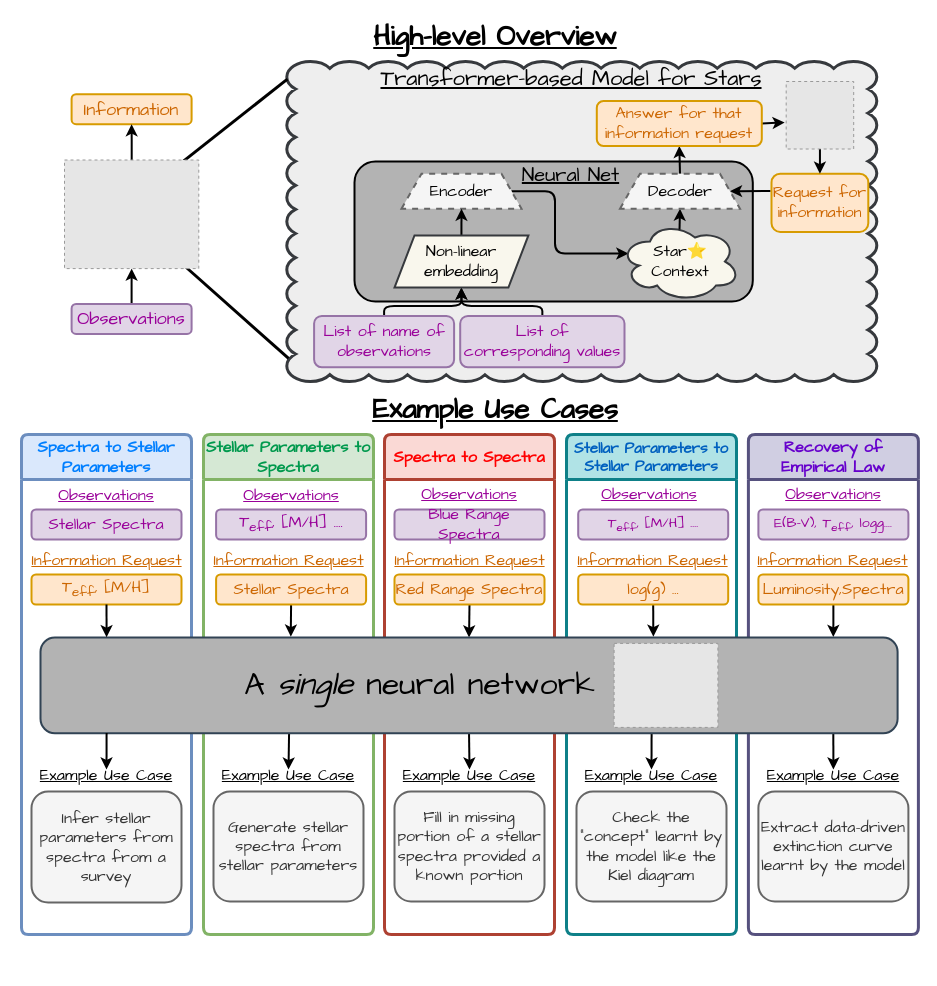
Earlier version of the draw.io diagram model_overview.drawio (Xsmos/cosmology_foundation). Source tidied: cells renumbered, new cells numbered last; positions are measured from the earlier drawing's top-left corner, leaving out a move shared by most shapes. Both pictures are drawn from the tidied source at 100%, with x=0, y=0 at pixel (21, 21). Pictures stored in the file or linked from it are replaced by grey dashed boxes.
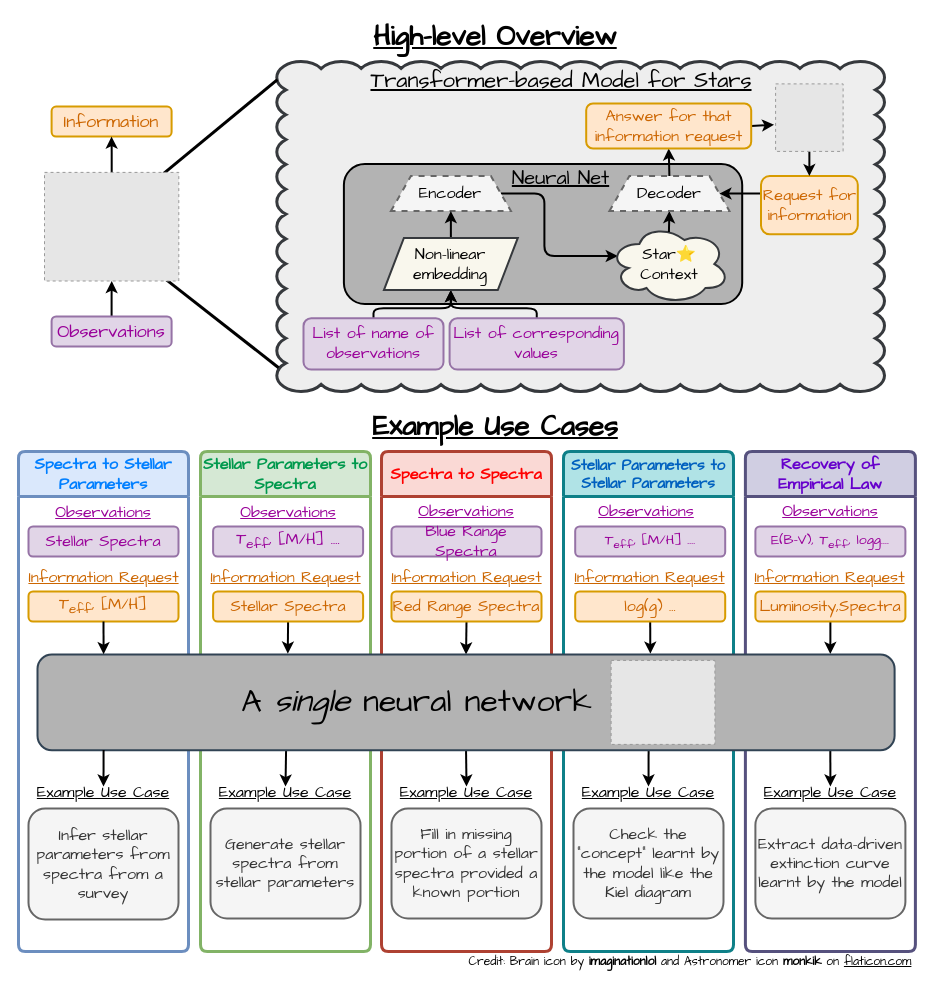
The same page after the edit.

The change refers to these unchanged cells:
```xml
<mxCell id="47" value="&lt;font style=&quot;font-size: 16px;&quot;&gt;&lt;font color=&quot;#cc6600&quot; style=&quot;border-color: var(--border-color); font-size: 16px;&quot;&gt;T&lt;sub style=&quot;border-color: var(--border-color);&quot;&gt;eff&lt;/sub&gt;&lt;/font&gt;&lt;font style=&quot;font-size: 16px;&quot; color=&quot;#cc6600&quot;&gt;, [M/H]&lt;/font&gt;&lt;/font&gt;" style="rounded=1;whiteSpace=wrap;html=1;fillColor=#ffe6cc;strokeColor=#d79b00;fontFamily=Comic Sans MS;strokeWidth=2;" parent="44" vertex="1">
  <mxGeometry x="10" y="140" width="150" height="30" as="geometry" />
</mxCell>
<mxCell id="50" value="&lt;u style=&quot;&quot;&gt;&lt;font style=&quot;font-size: 16px;&quot;&gt;Example Use Case&lt;/font&gt;&lt;/u&gt;" style="text;html=1;strokeColor=none;fillColor=none;align=center;verticalAlign=middle;whiteSpace=wrap;rounded=0;fontFamily=Comic Sans MS;" parent="44" vertex="1">
  <mxGeometry x="15" y="335" width="140" height="12" as="geometry" />
</mxCell>
```

Change to the diagram source:
```diff
@@
     <mxCell id="10" value="&lt;font color=&quot;#6600cc&quot; style=&quot;font-size: 16px;&quot;&gt;Recovery of Empirical Law&lt;/font&gt;" style="swimlane;whiteSpace=wrap;html=1;fillColor=#d0cee2;strokeColor=#56517e;strokeWidth=3;rounded=1;arcSize=5;fontFamily=Comic Sans MS;startSize=45;verticalAlign=middle;" parent="1" vertex="1">
-      <mxGeometry x="726.9" y="413" width="170" height="500" as="geometry" />
+      <mxGeometry x="723.9" y="430" width="170" height="500" as="geometry" />
     </mxCell>
@@
     <mxCell id="16" style="whiteSpace=wrap;html=1;shape=mxgraph.basic.cloud_rect;fillColor=#eeeeee;strokeColor=#36393d;strokeWidth=3;fontFamily=Comic Sans MS;" parent="1" vertex="1">
-      <mxGeometry x="265.3" y="40" width="590" height="320" as="geometry" />
+      <mxGeometry x="255.3" y="40" width="607.7" height="330" as="geometry" />
     </mxCell>
     <mxCell id="17" style="rounded=1;whiteSpace=wrap;html=1;strokeWidth=2;fillColor=#B3B3B3;" parent="1" vertex="1">
-      <mxGeometry x="333" y="140" width="398.3" height="140" as="geometry" />
+      <mxGeometry x="322.4" y="142.5" width="398.3" height="140" as="geometry" />
     </mxCell>
     <mxCell id="18" style="rounded=1;jettySize=auto;html=1;exitX=1;exitY=0.5;exitDx=0;exitDy=0;entryX=0.07;entryY=0.4;entryDx=0;entryDy=0;entryPerimeter=0;edgeStyle=elbowEdgeStyle;strokeWidth=2;fontFamily=Comic Sans MS;" parent="1" edge="1" source="19" target="22">
       <mxGeometry relative="1" as="geometry">
         <Array as="points">
-          <mxPoint x="533.5" y="194.7" />
+          <mxPoint x="522.9" y="197.1" />
         </Array>
       </mxGeometry>
     </mxCell>
     <mxCell id="19" value="&lt;font color=&quot;#000000&quot; style=&quot;font-size: 16px;&quot;&gt;Encoder&lt;/font&gt;" style="shape=trapezoid;perimeter=trapezoidPerimeter;whiteSpace=wrap;html=1;fixedSize=1;fontFamily=Comic Sans MS;strokeWidth=2;fillColor=#f5f5f5;strokeColor=#666666;dashed=1;fontColor=#333333;" parent="1" vertex="1">
-      <mxGeometry x="380" y="152.2" width="120" height="35" as="geometry" />
+      <mxGeometry x="369.4" y="154.6" width="120" height="35" as="geometry" />
     </mxCell>
     <mxCell id="20" style="rounded=1;jettySize=auto;html=1;exitX=0.5;exitY=0;exitDx=0;exitDy=0;entryX=0.5;entryY=1;entryDx=0;entryDy=0;strokeWidth=2;fontFamily=Comic Sans MS;strokeColor=default;edgeStyle=orthogonalEdgeStyle;" parent="1" edge="1" source="21" target="38">
       <mxGeometry relative="1" as="geometry">
         <Array as="points">
-          <mxPoint x="362.2" y="284.4" />
-          <mxPoint x="440.2" y="284.4" />
+          <mxPoint x="351.6" y="286.8" />
+          <mxPoint x="429.6" y="286.8" />
         </Array>
       </mxGeometry>
     </mxCell>
     <mxCell id="21" value="&lt;font style=&quot;font-size: 16px;&quot; color=&quot;#990099&quot;&gt;List of name of observations&lt;/font&gt;" style="rounded=1;whiteSpace=wrap;html=1;fillColor=#e1d5e7;strokeColor=#9673a6;fontFamily=Comic Sans MS;strokeWidth=2;" parent="1" vertex="1">
-      <mxGeometry x="292.6" y="294.4" width="140" height="51.3" as="geometry" />
+      <mxGeometry x="282" y="296.8" width="140" height="51.3" as="geometry" />
     </mxCell>
     <mxCell id="22" value="&lt;font style=&quot;font-size: 16px;&quot;&gt;&lt;font style=&quot;font-size: 16px;&quot; color=&quot;#000000&quot;&gt;Star⭐&lt;br&gt;Context&lt;/font&gt;&lt;br&gt;&lt;/font&gt;" style="ellipse;shape=cloud;whiteSpace=wrap;html=1;fontFamily=Comic Sans MS;strokeWidth=2;fillColor=#f9f7ed;strokeColor=#36393d;" parent="1" vertex="1">
-      <mxGeometry x="598.5" y="200" width="120" height="80" as="geometry" />
+      <mxGeometry x="587.9" y="202.5" width="120" height="80" as="geometry" />
     </mxCell>
@@
     <mxCell id="26" value="&lt;font color=&quot;#000000&quot; style=&quot;font-size: 16px;&quot;&gt;Decoder&lt;/font&gt;" style="shape=trapezoid;perimeter=trapezoidPerimeter;whiteSpace=wrap;html=1;fixedSize=1;fontFamily=Comic Sans MS;strokeWidth=2;dashed=1;fillColor=#f5f5f5;fontColor=#333333;strokeColor=#666666;" parent="1" vertex="1">
-      <mxGeometry x="598.5" y="152.2" width="120" height="35" as="geometry" />
+      <mxGeometry x="587.9" y="154.6" width="120" height="35" as="geometry" />
     </mxCell>
     <mxCell id="27" value="&lt;font color=&quot;#cc6600&quot; style=&quot;font-size: 16px;&quot;&gt;Request for information&lt;/font&gt;" style="rounded=1;whiteSpace=wrap;html=1;fillColor=#ffe6cc;strokeColor=#d79b00;fontFamily=Comic Sans MS;strokeWidth=2;" parent="1" vertex="1">
-      <mxGeometry x="750" y="152.2" width="96.8" height="58.2" as="geometry" />
+      <mxGeometry x="739.5" y="154.6" width="96.8" height="58.2" as="geometry" />
     </mxCell>
@@
     <mxCell id="29" value="&lt;font color=&quot;#cc6600&quot; style=&quot;font-size: 16px;&quot;&gt;Answer for that information request&lt;/font&gt;" style="rounded=1;whiteSpace=wrap;html=1;fillColor=#ffe6cc;strokeColor=#d79b00;fontFamily=Comic Sans MS;strokeWidth=2;" parent="1" vertex="1">
-      <mxGeometry x="575.3" y="79.5" width="165" height="45" as="geometry" />
+      <mxGeometry x="564.7" y="82" width="165" height="45" as="geometry" />
     </mxCell>
@@
     <mxCell id="31" value="&lt;font style=&quot;font-size: 18px;&quot; color=&quot;#990099&quot;&gt;Observations&lt;/font&gt;" style="rounded=1;whiteSpace=wrap;html=1;fillColor=#e1d5e7;strokeColor=#9673a6;fontFamily=Comic Sans MS;strokeWidth=2;" parent="1" vertex="1">
-      <mxGeometry x="50.1" y="282.4" width="120" height="30" as="geometry" />
+      <mxGeometry x="30.1" y="294.9" width="120" height="30" as="geometry" />
     </mxCell>
     <mxCell id="32" value="&lt;font color=&quot;#cc6600&quot; style=&quot;font-size: 18px;&quot;&gt;Information&lt;/font&gt;" style="rounded=1;whiteSpace=wrap;html=1;strokeColor=#d79b00;fillColor=#ffe6cc;fontFamily=Comic Sans MS;strokeWidth=2;" parent="1" vertex="1">
-      <mxGeometry x="50.1" y="72.7" width="120" height="30" as="geometry" />
+      <mxGeometry x="30.1" y="85.1" width="120" height="30" as="geometry" />
     </mxCell>
@@
     <mxCell id="35" style="rounded=1;jettySize=auto;html=1;exitX=0.5;exitY=0;exitDx=0;exitDy=0;entryX=0.5;entryY=1;entryDx=0;entryDy=0;strokeWidth=2;fontFamily=Comic Sans MS;edgeStyle=elbowEdgeStyle;elbow=vertical;" parent="1" edge="1" source="36" target="38">
       <mxGeometry relative="1" as="geometry">
         <Array as="points">
-          <mxPoint x="473.2" y="284.4" />
+          <mxPoint x="462.6" y="286.8" />
         </Array>
       </mxGeometry>
     </mxCell>
     <mxCell id="36" value="&lt;font style=&quot;font-size: 16px;&quot; color=&quot;#990099&quot;&gt;List of corresponding values&lt;/font&gt;" style="rounded=1;whiteSpace=wrap;html=1;fillColor=#e1d5e7;strokeColor=#9673a6;fontFamily=Comic Sans MS;strokeWidth=2;" parent="1" vertex="1">
-      <mxGeometry x="438.7" y="294.4" width="164.3" height="51.3" as="geometry" />
+      <mxGeometry x="428.1" y="296.8" width="174.3" height="51.3" as="geometry" />
     </mxCell>
@@
     <mxCell id="38" value="&lt;font style=&quot;font-size: 16px;&quot;&gt;Non-linear &lt;br&gt;embedding&lt;/font&gt;" style="shape=parallelogram;perimeter=parallelogramPerimeter;whiteSpace=wrap;html=1;fixedSize=1;fontFamily=Comic Sans MS;strokeWidth=2;fillColor=#f9f7ed;strokeColor=#36393d;" parent="1" vertex="1">
-      <mxGeometry x="373" y="213.9" width="133.9" height="52.2" as="geometry" />
+      <mxGeometry x="362.4" y="216.4" width="133.9" height="52.2" as="geometry" />
     </mxCell>
@@
     <mxCell id="40" style="fillColor=#E6E6E6;strokeColor=#999999;dashed=1;verticalLabelPosition=bottom;labelBackgroundColor=default;verticalAlign=top;fontFamily=Comic Sans MS;" parent="1" vertex="1">
-      <mxGeometry x="43" y="138.5" width="134.3" height="108.6" as="geometry" />
+      <mxGeometry x="23" y="150.9" width="134.3" height="108.6" as="geometry" />
     </mxCell>
     <mxCell id="41" value="&lt;font style=&quot;font-size: 22px;&quot;&gt;&lt;u&gt;Transformer-based Model for Stars&lt;/u&gt;&lt;/font&gt;" style="text;html=1;strokeColor=none;fillColor=none;align=center;verticalAlign=middle;whiteSpace=wrap;rounded=0;fontFamily=Comic Sans MS;fontSize=14;" parent="1" vertex="1">
-      <mxGeometry x="355.1" y="42.7" width="389.7" height="30" as="geometry" />
+      <mxGeometry x="345.1" y="44.7" width="389.7" height="30" as="geometry" />
     </mxCell>
@@
     <mxCell id="43" style="fillColor=#E6E6E6;strokeColor=#999999;dashed=1;verticalLabelPosition=bottom;labelBackgroundColor=default;verticalAlign=top;" parent="1" vertex="1">
-      <mxGeometry x="764.7" y="60" width="67.5" height="67.5" as="geometry" />
+      <mxGeometry x="754.1" y="62.4" width="67.5" height="67.5" as="geometry" />
     </mxCell>
     <mxCell id="44" value="&lt;font style=&quot;font-size: 16px;&quot; color=&quot;#007fff&quot;&gt;Spectra to Stellar Parameters&lt;/font&gt;" style="swimlane;whiteSpace=wrap;html=1;fillColor=#dae8fc;strokeColor=#6c8ebf;strokeWidth=3;rounded=1;arcSize=5;fontFamily=Comic Sans MS;startSize=45;verticalAlign=middle;" parent="1" vertex="1">
-      <mxGeometry y="413" width="170" height="500" as="geometry" />
+      <mxGeometry x="-3" y="430" width="170" height="500" as="geometry" />
     </mxCell>
@@
     <mxCell id="51" value="&lt;font color=&quot;#00994d&quot; style=&quot;font-size: 16px;&quot;&gt;Stellar Parameters to Spectra&lt;/font&gt;" style="swimlane;whiteSpace=wrap;html=1;fillColor=#d5e8d4;strokeColor=#82b366;strokeWidth=3;rounded=1;arcSize=5;fontFamily=Comic Sans MS;startSize=45;verticalAlign=middle;" parent="1" vertex="1">
-      <mxGeometry x="182" y="413" width="170" height="500" as="geometry" />
+      <mxGeometry x="179" y="430" width="170" height="500" as="geometry" />
     </mxCell>
@@
     <mxCell id="58" value="&lt;font size=&quot;1&quot; style=&quot;&quot; face=&quot;Comic Sans MS&quot;&gt;&lt;b style=&quot;font-size: 28px;&quot;&gt;&lt;u&gt;Example Use Cases&lt;/u&gt;&lt;/b&gt;&lt;/font&gt;" style="text;html=1;strokeColor=none;fillColor=none;align=center;verticalAlign=middle;whiteSpace=wrap;rounded=0;" parent="1" vertex="1">
-      <mxGeometry x="233.8" y="373" width="480" height="30" as="geometry" />
+      <mxGeometry x="233.8" y="390" width="480" height="30" as="geometry" />
     </mxCell>
     <mxCell id="59" value="&lt;font color=&quot;#ff0000&quot; style=&quot;font-size: 16px;&quot;&gt;Spectra to Spectra&lt;/font&gt;" style="swimlane;whiteSpace=wrap;html=1;fillColor=#fad9d5;strokeColor=#ae4132;strokeWidth=3;rounded=1;arcSize=5;fontFamily=Comic Sans MS;startSize=45;verticalAlign=middle;" parent="1" vertex="1">
-      <mxGeometry x="363" y="413" width="170" height="500" as="geometry" />
+      <mxGeometry x="360" y="430" width="170" height="500" as="geometry" />
     </mxCell>
@@
     <mxCell id="66" value="&lt;font color=&quot;#0060bf&quot; style=&quot;font-size: 15px;&quot;&gt;Stellar Parameters to Stellar Parameters&lt;/font&gt;" style="swimlane;whiteSpace=wrap;html=1;fillColor=#b0e3e6;strokeColor=#0e8088;strokeWidth=3;rounded=1;arcSize=5;fontFamily=Comic Sans MS;startSize=45;verticalAlign=middle;" parent="1" vertex="1">
-      <mxGeometry x="545" y="413" width="170" height="500" as="geometry" />
+      <mxGeometry x="542" y="430" width="170" height="500" as="geometry" />
     </mxCell>
@@
     <mxCell id="73" value="&lt;font size=&quot;1&quot; color=&quot;#990099&quot; style=&quot;&quot;&gt;&lt;u style=&quot;font-size: 16px;&quot;&gt;Observations&lt;/u&gt;&lt;/font&gt;" style="text;html=1;strokeColor=none;fillColor=none;align=center;verticalAlign=middle;whiteSpace=wrap;rounded=0;fontFamily=Comic Sans MS;" parent="1" vertex="1">
-      <mxGeometry x="741.8" y="463" width="140" height="20" as="geometry" />
+      <mxGeometry x="738.8" y="480" width="140" height="20" as="geometry" />
     </mxCell>
@@
     <mxCell id="75" style="rounded=1;whiteSpace=wrap;html=1;fillColor=#B3B3B3;strokeColor=#314354;fontColor=#ffffff;strokeWidth=2;" parent="1" vertex="1">
-      <mxGeometry x="19" y="616" width="857.1" height="95.7" as="geometry" />
+      <mxGeometry x="16" y="633" width="857.1" height="95.7" as="geometry" />
     </mxCell>
     <mxCell id="76" style="fillColor=#E6E6E6;strokeColor=#999999;dashed=1;verticalLabelPosition=bottom;labelBackgroundColor=default;verticalAlign=top;fontFamily=Comic Sans MS;" parent="1" vertex="1">
-      <mxGeometry x="592.6" y="621.9" width="103.8" height="84" as="geometry" />
+      <mxGeometry x="589.6" y="638.9" width="103.8" height="84" as="geometry" />
     </mxCell>
     <mxCell id="77" value="&lt;font face=&quot;Comic Sans MS&quot; style=&quot;font-size: 32px;&quot;&gt;A &lt;i style=&quot;&quot;&gt;single&lt;/i&gt; neural network&lt;/font&gt;" style="text;html=1;strokeColor=none;fillColor=none;align=center;verticalAlign=middle;whiteSpace=wrap;rounded=0;" parent="1" vertex="1">
-      <mxGeometry x="199" y="648.9" width="398.9" height="30" as="geometry" />
+      <mxGeometry x="196" y="665.9" width="398.9" height="30" as="geometry" />
     </mxCell>
     <mxCell id="78" value="&lt;font face=&quot;Comic Sans MS&quot; size=&quot;1&quot; style=&quot;&quot;&gt;&lt;span style=&quot;font-size: 20px;&quot;&gt;&lt;u style=&quot;&quot;&gt;Neural Net&lt;/u&gt;&lt;/span&gt;&lt;/font&gt;" style="text;html=1;strokeColor=none;fillColor=none;align=center;verticalAlign=middle;whiteSpace=wrap;rounded=0;fontStyle=0;" parent="1" vertex="1">
-      <mxGeometry x="492.4" y="138" width="115.2" height="30" as="geometry" />
+      <mxGeometry x="481.8" y="140.5" width="115.2" height="30" as="geometry" />
     </mxCell>
     <mxCell id="79" style="edgeStyle=orthogonalEdgeStyle;rounded=0;jettySize=auto;html=1;exitX=0.5;exitY=1;exitDx=0;exitDy=0;entryX=0.083;entryY=-0.003;entryDx=0;entryDy=0;entryPerimeter=0;strokeWidth=2;" parent="1" edge="1" source="47">
       <mxGeometry relative="1" as="geometry">
-        <mxPoint x="85.1" y="615.7" as="targetPoint" />
+        <mxPoint x="82.1" y="632.7" as="targetPoint" />
       </mxGeometry>
     </mxCell>
     <mxCell id="80" style="rounded=0;jettySize=auto;html=1;exitX=0.083;exitY=0.997;exitDx=0;exitDy=0;entryX=0.5;entryY=0;entryDx=0;entryDy=0;strokeWidth=2;exitPerimeter=0;" parent="1" edge="1" target="50">
       <mxGeometry relative="1" as="geometry">
-        <mxPoint x="85.1" y="711.4" as="sourcePoint" />
+        <mxPoint x="82.1" y="728.4" as="sourcePoint" />
       </mxGeometry>
     </mxCell>
+    <mxCell id="81" value="&lt;font face=&quot;Comic Sans MS&quot;&gt;Credit: Brain icon by &lt;b&gt;imaginationlol&lt;/b&gt; and Astronomer icon &lt;b&gt;monkik&lt;/b&gt; on &lt;u&gt;flaticon.com&lt;/u&gt;&lt;/font&gt;" style="text;html=1;strokeColor=none;fillColor=none;align=center;verticalAlign=middle;whiteSpace=wrap;rounded=0;" parent="1" vertex="1">
+      <mxGeometry x="443.9" y="935" width="450" height="10" as="geometry" />
+    </mxCell>
```
